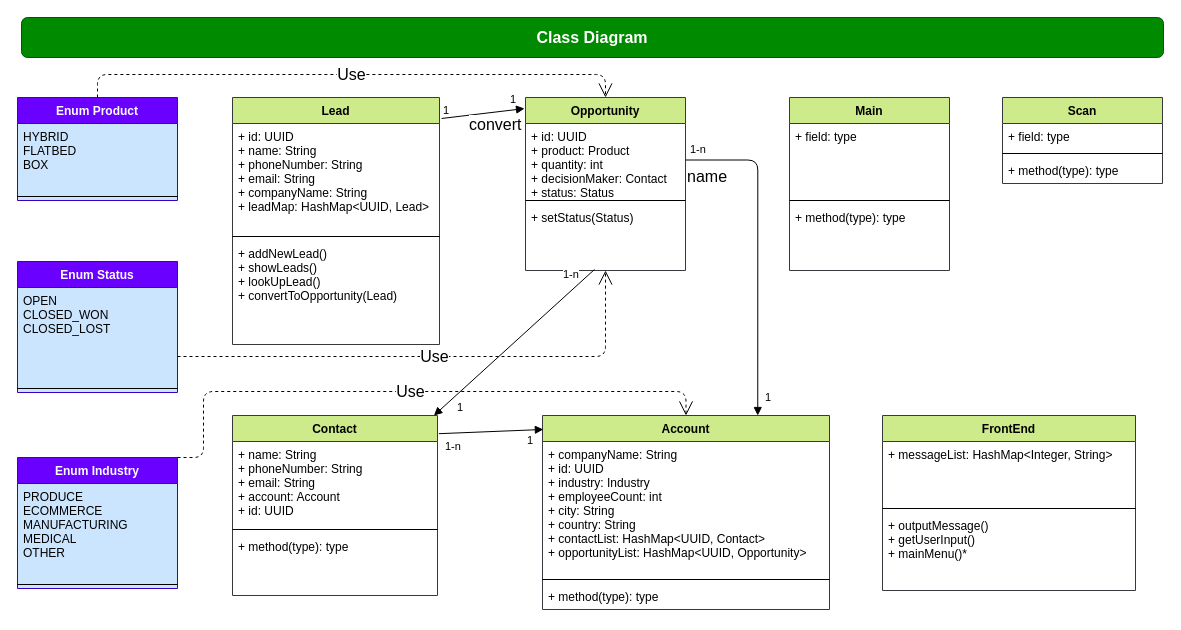
This is docs/ClassDiagram_CRM.drawio from kemilk/leanCRM, a draw.io file, before an edit. Source tidied: cells renumbered, new cells numbered last; positions are measured from the earlier drawing's top-left corner, leaving out a move shared by most shapes. Both pictures are drawn from the tidied source at 100%, with x=0, y=0 at pixel (17, 17).
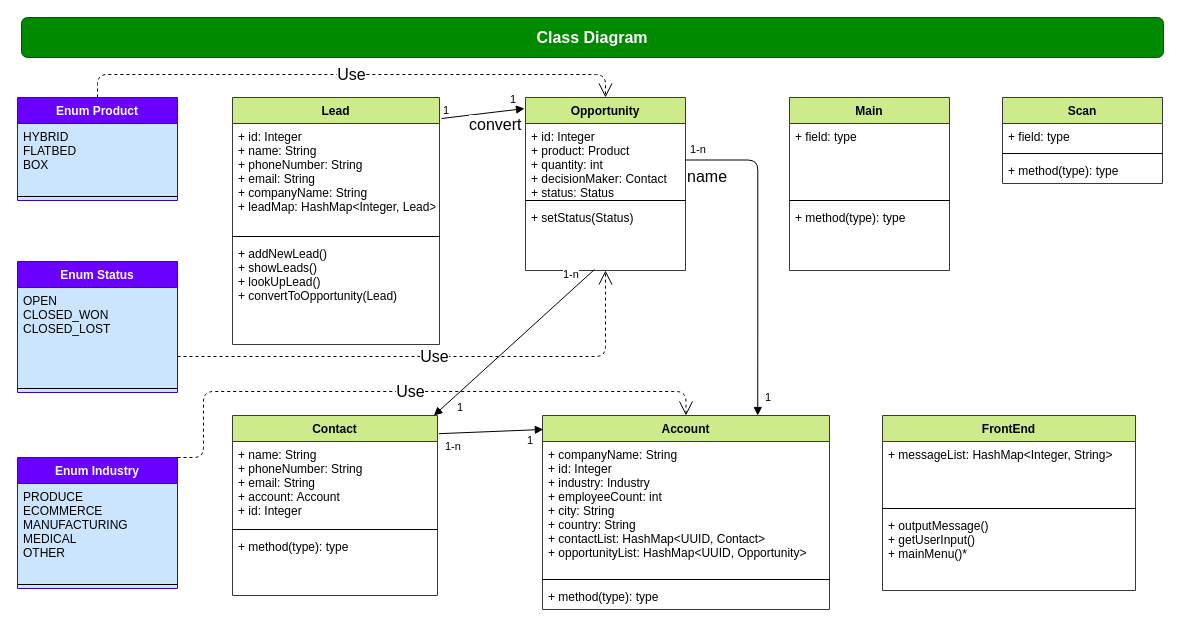
The same diagram, later.

Commit message (it also covers changes not shown here):
* added Lead.class * added tests for Lead.class extra method showLeads * added tests for Lead.class extra method lookUpLead * changed id type from UUID to Integer in class diagram

Unchanged cells that the change refers to:
```xml
<mxCell id="6" value="Contact" style="swimlane;fontStyle=1;align=center;verticalAlign=top;horizontal=1;startSize=26;fillColor=#cdeb8b;strokeColor=#36393d;" parent="1" vertex="1">
  <mxGeometry x="215" y="398" width="205" height="180" as="geometry" />
</mxCell>
<mxCell id="17" value="Account" style="swimlane;fontStyle=1;align=center;verticalAlign=top;horizontal=1;startSize=26;fillColor=#cdeb8b;strokeColor=#36393d;" parent="1" vertex="1">
  <mxGeometry x="525" y="398" width="287" height="194" as="geometry" />
</mxCell>
<mxCell id="28" value="Lead" style="swimlane;fontStyle=1;align=center;verticalAlign=top;horizontal=1;startSize=26;fillColor=#cdeb8b;strokeColor=#36393d;" parent="1" vertex="1">
  <mxGeometry x="215" y="80" width="207" height="247" as="geometry" />
</mxCell>
<mxCell id="36" value="Opportunity" style="swimlane;fontStyle=1;align=center;verticalAlign=top;horizontal=1;startSize=26;fillColor=#cdeb8b;strokeColor=#36393d;" parent="1" vertex="1">
  <mxGeometry x="508" y="80" width="160" height="173" as="geometry" />
</mxCell>
```

The edit, as a diff of the source:
```diff
@@
-    <mxCell id="7" value="+ name: String&#10;+ phoneNumber: String&#10;+ email: String&#10;+ account: Account&#10;+ id: UUID&#10;&#10;&#10;" style="text;strokeColor=none;fillColor=none;align=left;verticalAlign=top;spacingLeft=4;spacingRight=4;overflow=hidden;" parent="6" vertex="1">
+    <mxCell id="7" value="+ name: String&#10;+ phoneNumber: String&#10;+ email: String&#10;+ account: Account&#10;+ id: Integer&#10;&#10;&#10;" style="text;strokeColor=none;fillColor=none;align=left;verticalAlign=top;spacingLeft=4;spacingRight=4;overflow=hidden;" parent="6" vertex="1">
       <mxGeometry y="26" width="205" height="84" as="geometry" />
     </mxCell>
@@
-    <mxCell id="18" value="+ companyName: String&#10;+ id: UUID&#10;+ industry: Industry&#10;+ employeeCount: int&#10;+ city: String&#10;+ country: String&#10;+ contactList: HashMap&lt;UUID, Contact&gt;&#10;+ opportunityList: HashMap&lt;UUID, Opportunity&gt;&#10;&#10;&#10;" style="text;strokeColor=none;fillColor=none;align=left;verticalAlign=top;spacingLeft=4;spacingRight=4;overflow=hidden;" parent="17" vertex="1">
+    <mxCell id="18" value="+ companyName: String&#10;+ id: Integer&#10;+ industry: Industry&#10;+ employeeCount: int&#10;+ city: String&#10;+ country: String&#10;+ contactList: HashMap&lt;UUID, Contact&gt;&#10;+ opportunityList: HashMap&lt;UUID, Opportunity&gt;&#10;&#10;&#10;" style="text;strokeColor=none;fillColor=none;align=left;verticalAlign=top;spacingLeft=4;spacingRight=4;overflow=hidden;" parent="17" vertex="1">
       <mxGeometry y="26" width="287" height="134" as="geometry" />
     </mxCell>
@@
-    <mxCell id="29" value="+ id: UUID&#10;+ name: String&#10;+ phoneNumber: String&#10;+ email: String&#10;+ companyName: String&#10;+ leadMap: HashMap&lt;UUID, Lead&gt;&#10;" style="text;strokeColor=none;fillColor=none;align=left;verticalAlign=top;spacingLeft=4;spacingRight=4;overflow=hidden;points=[[0,0.5],[1,0.5]];portConstraint=eastwest;" parent="28" vertex="1">
+    <mxCell id="29" value="+ id: Integer&#10;+ name: String&#10;+ phoneNumber: String&#10;+ email: String&#10;+ companyName: String&#10;+ leadMap: HashMap&lt;Integer, Lead&gt;&#10;" style="text;strokeColor=none;fillColor=none;align=left;verticalAlign=top;spacingLeft=4;spacingRight=4;overflow=hidden;points=[[0,0.5],[1,0.5]];portConstraint=eastwest;" parent="28" vertex="1">
       <mxGeometry y="26" width="207" height="109" as="geometry" />
     </mxCell>
@@
-    <mxCell id="37" value="+ id: UUID&#10;+ product: Product&#10;+ quantity: int&#10;+ decisionMaker: Contact&#10;+ status: Status&#10;&#10;&#10;" style="text;strokeColor=none;fillColor=none;align=left;verticalAlign=top;spacingLeft=4;spacingRight=4;overflow=hidden;points=[[0,0.5],[1,0.5]];portConstraint=eastwest;" parent="36" vertex="1">
+    <mxCell id="37" value="+ id: Integer&#10;+ product: Product&#10;+ quantity: int&#10;+ decisionMaker: Contact&#10;+ status: Status&#10;&#10;&#10;" style="text;strokeColor=none;fillColor=none;align=left;verticalAlign=top;spacingLeft=4;spacingRight=4;overflow=hidden;points=[[0,0.5],[1,0.5]];portConstraint=eastwest;" parent="36" vertex="1">
       <mxGeometry y="26" width="160" height="73" as="geometry" />
     </mxCell>
```
